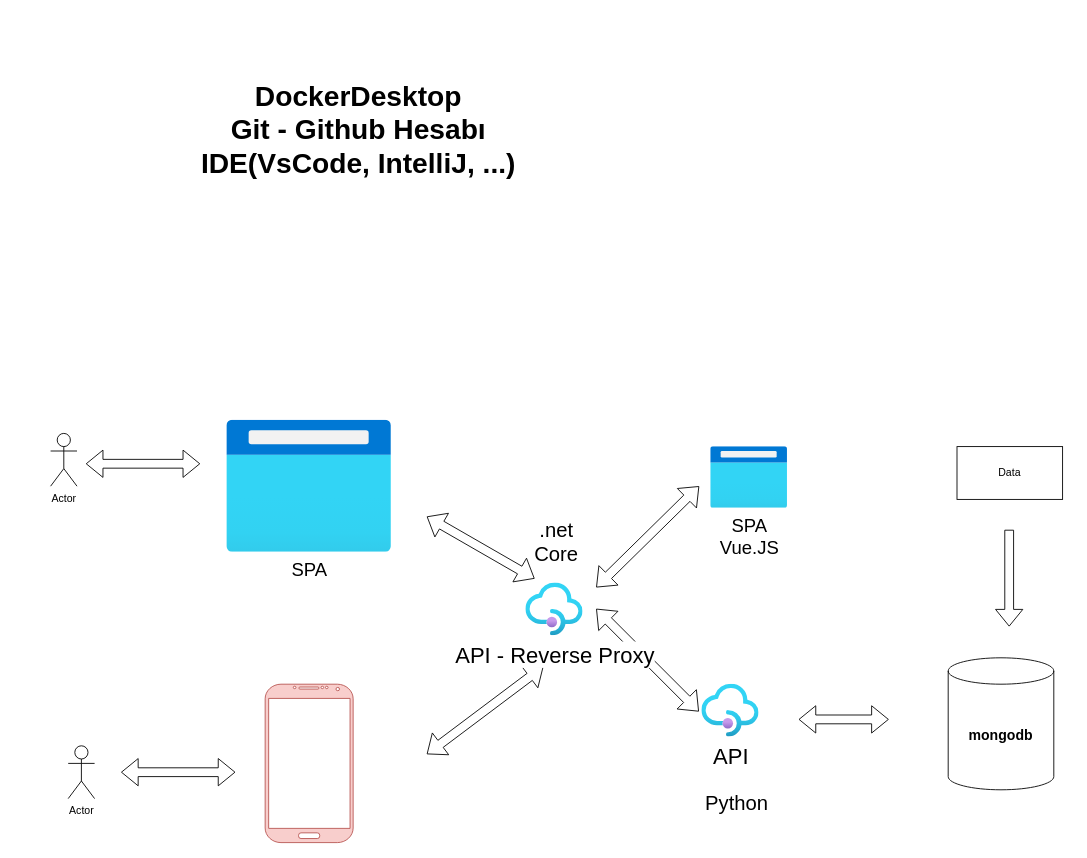
Above: ProjectTemplate.drawio in MhmmtAliFDN/SearchSimulation (draw.io), before the change. Source tidied: cells renumbered, new cells numbered last; positions are measured from the earlier drawing's top-left corner, leaving out a move shared by most shapes. Both pictures are drawn from the tidied source at 88%, with x=0, y=0 at pixel (50, 77).
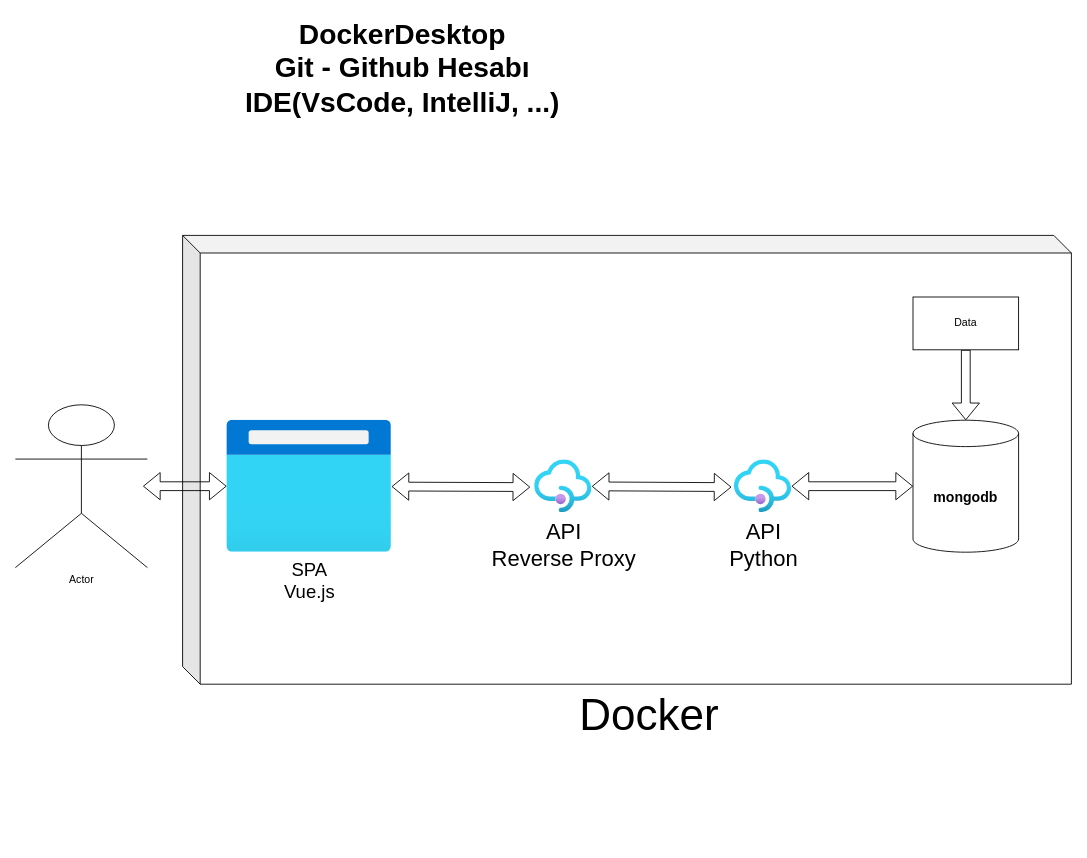
Above is the later version.

The edit, as a diff of the source:
```diff
@@
+    <mxCell id="22" style="shape=cube;whiteSpace=wrap;html=1;boundedLbl=1;backgroundOutline=1;darkOpacity=0.05;darkOpacity2=0.1;" parent="1" vertex="1">
+      <mxGeometry x="150" y="180" width="1010" height="510" as="geometry" />
+    </mxCell>
+    <mxCell id="3" value="mongodb" style="shape=cylinder3;whiteSpace=wrap;html=1;boundedLbl=1;backgroundOutline=1;size=15;fontStyle=1;fontSize=16;" parent="1" vertex="1">
+      <mxGeometry x="980" y="390" width="120" height="150" as="geometry" />
+    </mxCell>
     <mxCell id="2" value="DockerDesktop&lt;br style=&quot;font-size: 32px;&quot;&gt;Git - Github Hesabı&lt;br style=&quot;font-size: 32px;&quot;&gt;IDE(VsCode, IntelliJ, ...)" style="text;html=1;strokeColor=none;fillColor=none;align=center;verticalAlign=middle;whiteSpace=wrap;rounded=0;fontStyle=1;fontSize=32;" parent="1" vertex="1">
-      <mxGeometry x="90" width="520" height="120" as="geometry" />
+      <mxGeometry x="140" y="-70" width="520" height="120" as="geometry" />
     </mxCell>
-    <mxCell id="3" value="mongodb" style="shape=cylinder3;whiteSpace=wrap;html=1;boundedLbl=1;backgroundOutline=1;size=15;fontStyle=1;fontSize=16;" parent="1" vertex="1">
-      <mxGeometry x="1020" y="660" width="120" height="150" as="geometry" />
-    </mxCell>
-    <mxCell id="4" style="shape=flexArrow;endArrow=classic;html=1;rounded=0;" parent="1" edge="1">
-      <mxGeometry relative="1" as="geometry">
-        <mxPoint x="1089.3" y="514.5" as="sourcePoint" />
-        <mxPoint x="1089.3" y="624.5" as="targetPoint" />
-      </mxGeometry>
+    <mxCell id="4" style="shape=flexArrow;endArrow=classic;html=1;rounded=0;" parent="1" edge="1" source="5" target="3">
+      <mxGeometry relative="1" as="geometry" />
     </mxCell>
     <mxCell id="5" value="Data" style="rounded=0;whiteSpace=wrap;html=1;" parent="1" vertex="1">
-      <mxGeometry x="1030" y="420" width="120" height="60" as="geometry" />
+      <mxGeometry x="980" y="250" width="120" height="60" as="geometry" />
     </mxCell>
-    <mxCell id="6" style="shape=flexArrow;endArrow=classic;startArrow=classic;html=1;rounded=0;" parent="1" edge="1">
-      <mxGeometry relative="1" as="geometry">
-        <mxPoint x="427.5" y="769.5" as="sourcePoint" />
-        <mxPoint x="560" y="670" as="targetPoint" />
-      </mxGeometry>
-    </mxCell>
-    <mxCell id="7" value="SPA" style="image;html=1;points=[];align=center;fontSize=21;image=img/lib/azure2/general/Browser.svg;" parent="1" vertex="1">
+    <mxCell id="7" value="SPA&lt;br&gt;Vue.js" style="image;html=1;points=[];align=center;fontSize=21;image=img/lib/azure2/general/Browser.svg;" parent="1" vertex="1">
       <mxGeometry x="200" y="390" width="187.5" height="150" as="geometry" />
     </mxCell>
     <mxCell id="8" value="Actor" style="shape=umlActor;verticalLabelPosition=bottom;verticalAlign=top;html=1;" parent="1" vertex="1">
-      <mxGeometry y="405" width="30" height="60" as="geometry" />
+      <mxGeometry x="-40" y="372.5" width="150" height="185" as="geometry" />
     </mxCell>
-    <mxCell id="9" style="shape=flexArrow;endArrow=classic;startArrow=classic;html=1;rounded=0;" parent="1" edge="1">
+    <mxCell id="9" style="shape=flexArrow;endArrow=classic;startArrow=classic;html=1;rounded=0;" parent="1" edge="1" target="7">
       <mxGeometry relative="1" as="geometry">
-        <mxPoint x="40" y="439.5" as="sourcePoint" />
-        <mxPoint x="170" y="439.5" as="targetPoint" />
+        <mxPoint x="105" y="465" as="sourcePoint" />
       </mxGeometry>
     </mxCell>
-    <mxCell id="10" style="verticalLabelPosition=bottom;verticalAlign=top;html=1;shadow=0;dashed=0;strokeWidth=1;shape=mxgraph.android.phone2;strokeColor=#b85450;fillColor=#f8cecc;" parent="1" vertex="1">
-      <mxGeometry x="243.8" y="690" width="100" height="180" as="geometry" />
-    </mxCell>
-    <mxCell id="11" value="Actor" style="shape=umlActor;verticalLabelPosition=bottom;verticalAlign=top;html=1;" parent="1" vertex="1">
-      <mxGeometry x="20" y="760" width="30" height="60" as="geometry" />
-    </mxCell>
-    <mxCell id="12" style="shape=flexArrow;endArrow=classic;startArrow=classic;html=1;rounded=0;" parent="1" edge="1">
-      <mxGeometry relative="1" as="geometry">
-        <mxPoint x="80" y="790" as="sourcePoint" />
-        <mxPoint x="210" y="790" as="targetPoint" />
-      </mxGeometry>
-    </mxCell>
-    <mxCell id="13" value="API" style="image;html=1;points=[];align=center;fontSize=25;image=img/lib/azure2/integration/API_Management_Services.svg;" parent="1" vertex="1">
-      <mxGeometry x="740" y="690" width="65" height="60" as="geometry" />
+    <mxCell id="13" value="API&lt;br&gt;Python" style="image;html=1;points=[];align=center;fontSize=25;image=img/lib/azure2/integration/API_Management_Services.svg;" parent="1" vertex="1">
+      <mxGeometry x="777" y="435" width="65" height="60" as="geometry" />
     </mxCell>
-    <mxCell id="14" style="shape=flexArrow;endArrow=classic;startArrow=classic;html=1;rounded=0;entryX=-0.051;entryY=0.517;entryDx=0;entryDy=0;entryPerimeter=0;" parent="1" edge="1" target="13">
-      <mxGeometry relative="1" as="geometry">
-        <mxPoint x="620" y="604.3" as="sourcePoint" />
-      </mxGeometry>
+    <mxCell id="14" style="shape=flexArrow;endArrow=classic;startArrow=classic;html=1;rounded=0;entryX=-0.051;entryY=0.517;entryDx=0;entryDy=0;entryPerimeter=0;" parent="1" edge="1" source="17" target="13">
+      <mxGeometry relative="1" as="geometry" />
     </mxCell>
-    <mxCell id="15" style="shape=flexArrow;endArrow=classic;startArrow=classic;html=1;rounded=0;" parent="1" edge="1">
-      <mxGeometry relative="1" as="geometry">
-        <mxPoint x="427.5" y="499.5" as="sourcePoint" />
-        <mxPoint x="550" y="570" as="targetPoint" />
-      </mxGeometry>
+    <mxCell id="15" style="shape=flexArrow;endArrow=classic;startArrow=classic;html=1;rounded=0;entryX=-0.077;entryY=0.517;entryDx=0;entryDy=0;entryPerimeter=0;" parent="1" edge="1" source="7" target="17">
+      <mxGeometry relative="1" as="geometry" />
     </mxCell>
-    <mxCell id="16" style="shape=flexArrow;endArrow=classic;startArrow=classic;html=1;rounded=0;" parent="1" edge="1">
-      <mxGeometry relative="1" as="geometry">
-        <mxPoint x="850" y="730" as="sourcePoint" />
-        <mxPoint x="952.5" y="730" as="targetPoint" />
-      </mxGeometry>
+    <mxCell id="16" style="shape=flexArrow;endArrow=classic;startArrow=classic;html=1;rounded=0;" parent="1" edge="1" source="3" target="13">
+      <mxGeometry relative="1" as="geometry" />
     </mxCell>
-    <mxCell id="17" value="API - Reverse Proxy" style="image;html=1;points=[];align=center;fontSize=25;image=img/lib/azure2/integration/API_Management_Services.svg;" parent="1" vertex="1">
-      <mxGeometry x="540" y="575" width="65" height="60" as="geometry" />
+    <mxCell id="17" value="API&lt;br&gt;Reverse Proxy" style="image;html=1;points=[];align=center;fontSize=25;image=img/lib/azure2/integration/API_Management_Services.svg;" parent="1" vertex="1">
+      <mxGeometry x="550" y="435" width="65" height="60" as="geometry" />
     </mxCell>
-    <mxCell id="18" value="SPA&lt;br&gt;Vue.JS" style="image;html=1;align=center;fontSize=21;image=img/lib/azure2/general/Browser.svg;" parent="1" vertex="1">
-      <mxGeometry x="750" y="420" width="87.5" height="70" as="geometry" />
-    </mxCell>
-    <mxCell id="19" style="shape=flexArrow;endArrow=classic;startArrow=classic;html=1;rounded=0;entryX=-0.051;entryY=0.517;entryDx=0;entryDy=0;entryPerimeter=0;" parent="1" edge="1">
-      <mxGeometry relative="1" as="geometry">
-        <mxPoint x="620" y="580" as="sourcePoint" />
-        <mxPoint x="737" y="465" as="targetPoint" />
-      </mxGeometry>
-    </mxCell>
-    <mxCell id="20" value="Python" style="text;html=1;strokeColor=none;fillColor=none;align=center;verticalAlign=middle;whiteSpace=wrap;rounded=0;fontSize=23;" parent="1" vertex="1">
-      <mxGeometry x="750" y="810" width="60" height="30" as="geometry" />
-    </mxCell>
-    <mxCell id="21" value=".net Core" style="text;html=1;strokeColor=none;fillColor=none;align=center;verticalAlign=middle;whiteSpace=wrap;rounded=0;fontSize=23;" parent="1" vertex="1">
-      <mxGeometry x="545" y="514" width="60" height="30" as="geometry" />
-    </mxCell>
+    <mxCell id="23" value="Docker" style="text;html=1;align=center;verticalAlign=middle;strokeColor=none;fillColor=none;fontSize=50;" parent="1" vertex="1">
+      <mxGeometry x="590" y="690" width="180" height="70" as="geometry" />
+    </mxCell>
```
